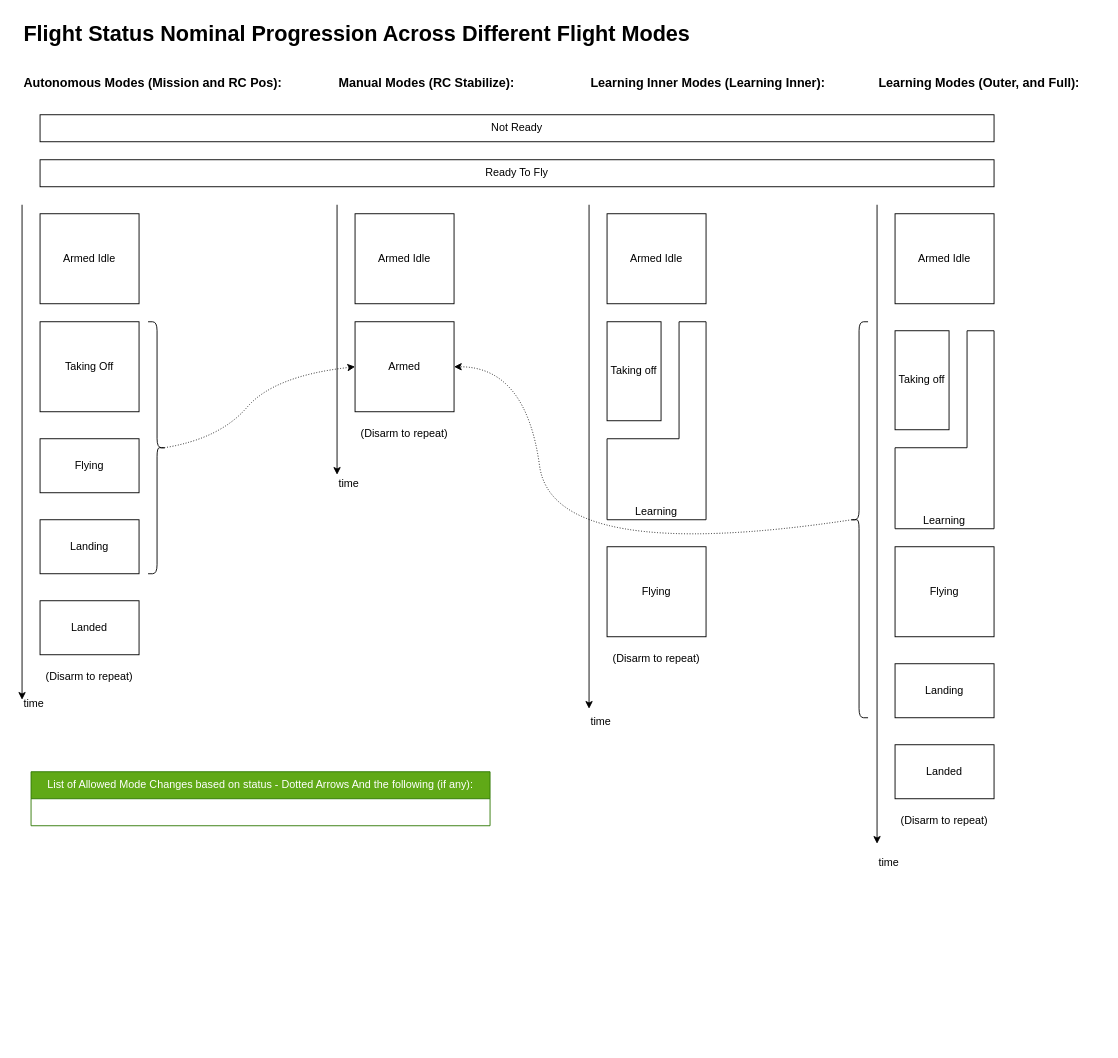
The draw.io diagram Guide/HEAR Software/Flight Modes/flight_states.drawio in DroneLeaf/HEAR_wiki, before the edit. Source tidied: cells renumbered, new cells numbered last; positions are measured from the earlier drawing's top-left corner, leaving out a move shared by most shapes. Both pictures are drawn from the tidied source at 90%, with x=0, y=0 at pixel (22, 15).
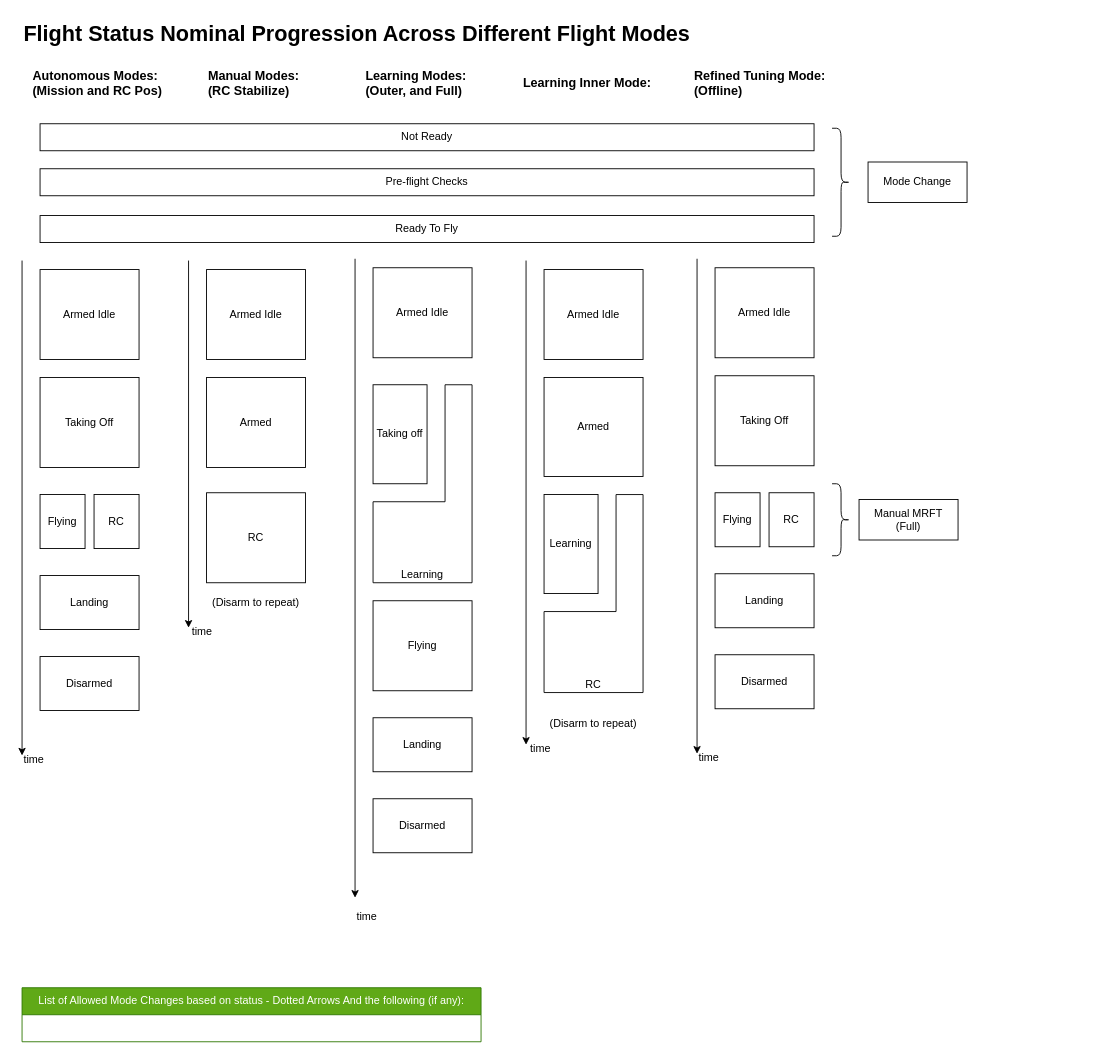
The same page after the edit.

Change to the diagram source:
```diff
@@
     <mxCell id="2" value="Armed Idle" style="rounded=0;whiteSpace=wrap;html=1;fillColor=none;" parent="1" vertex="1">
-      <mxGeometry x="20" y="220" width="110" height="100" as="geometry" />
+      <mxGeometry x="20" y="282" width="110" height="100" as="geometry" />
     </mxCell>
     <mxCell id="3" value="Taking Off" style="rounded=0;whiteSpace=wrap;html=1;fillColor=none;" parent="1" vertex="1">
-      <mxGeometry x="20" y="340" width="110" height="100" as="geometry" />
+      <mxGeometry x="20" y="402" width="110" height="100" as="geometry" />
     </mxCell>
-    <mxCell id="4" value="Autonomous Modes (Mission and RC Pos):" style="text;html=1;align=left;verticalAlign=middle;whiteSpace=wrap;rounded=0;fontStyle=1;fontSize=14;" parent="1" vertex="1">
-      <mxGeometry y="60" width="290" height="30" as="geometry" />
+    <mxCell id="4" value="Autonomous Modes:&lt;div&gt;(Mission and RC Pos)&lt;/div&gt;" style="text;html=1;align=left;verticalAlign=middle;whiteSpace=wrap;rounded=0;fontStyle=1;fontSize=14;" parent="1" vertex="1">
+      <mxGeometry x="10" y="60" width="160" height="30" as="geometry" />
     </mxCell>
     <mxCell id="5" style="endArrow=classic;html=1;rounded=0;" parent="1" edge="1">
       <mxGeometry relative="1" as="geometry">
-        <mxPoint y="210" as="sourcePoint" />
-        <mxPoint y="760" as="targetPoint" />
+        <mxPoint y="272" as="sourcePoint" />
+        <mxPoint y="822" as="targetPoint" />
       </mxGeometry>
     </mxCell>
     <mxCell id="6" value="time" style="text;html=1;align=left;verticalAlign=middle;whiteSpace=wrap;rounded=0;" parent="1" vertex="1">
-      <mxGeometry y="750" width="60" height="30" as="geometry" />
+      <mxGeometry y="812" width="60" height="30" as="geometry" />
     </mxCell>
     <mxCell id="7" value="Flying" style="rounded=0;whiteSpace=wrap;html=1;fillColor=none;" parent="1" vertex="1">
-      <mxGeometry x="20" y="470" width="110" height="60" as="geometry" />
+      <mxGeometry x="20" y="532" width="50" height="60" as="geometry" />
     </mxCell>
     <mxCell id="8" value="Landing" style="rounded=0;whiteSpace=wrap;html=1;fillColor=none;" parent="1" vertex="1">
-      <mxGeometry x="20" y="560" width="110" height="60" as="geometry" />
+      <mxGeometry x="20" y="622" width="110" height="60" as="geometry" />
     </mxCell>
-    <mxCell id="9" value="Landed" style="rounded=0;whiteSpace=wrap;html=1;fillColor=none;" parent="1" vertex="1">
-      <mxGeometry x="20" y="650" width="110" height="60" as="geometry" />
+    <mxCell id="9" value="Disarmed" style="rounded=0;whiteSpace=wrap;html=1;fillColor=none;" parent="1" vertex="1">
+      <mxGeometry x="20" y="712" width="110" height="60" as="geometry" />
     </mxCell>
-    <mxCell id="10" value="Manual Modes (RC Stabilize):" style="text;html=1;align=left;verticalAlign=middle;whiteSpace=wrap;rounded=0;fontStyle=1;fontSize=14;" parent="1" vertex="1">
-      <mxGeometry x="350" y="60" width="250" height="30" as="geometry" />
+    <mxCell id="10" value="Manual Modes:&lt;div&gt;(RC Stabilize)&lt;/div&gt;" style="text;html=1;align=left;verticalAlign=middle;whiteSpace=wrap;rounded=0;fontStyle=1;fontSize=14;" parent="1" vertex="1">
+      <mxGeometry x="205" y="60" width="160" height="30" as="geometry" />
     </mxCell>
     <mxCell id="11" style="endArrow=classic;html=1;rounded=0;" parent="1" edge="1">
       <mxGeometry relative="1" as="geometry">
-        <mxPoint x="350" y="210" as="sourcePoint" />
-        <mxPoint x="350" y="510" as="targetPoint" />
+        <mxPoint x="185" y="272" as="sourcePoint" />
+        <mxPoint x="185" y="680" as="targetPoint" />
       </mxGeometry>
     </mxCell>
     <mxCell id="12" value="time" style="text;html=1;align=left;verticalAlign=middle;whiteSpace=wrap;rounded=0;" parent="1" vertex="1">
-      <mxGeometry x="350" y="505" width="60" height="30" as="geometry" />
+      <mxGeometry x="187" y="670" width="60" height="30" as="geometry" />
     </mxCell>
     <mxCell id="13" value="Armed Idle" style="rounded=0;whiteSpace=wrap;html=1;fillColor=none;" parent="1" vertex="1">
-      <mxGeometry x="370" y="220" width="110" height="100" as="geometry" />
+      <mxGeometry x="205" y="282" width="110" height="100" as="geometry" />
     </mxCell>
-    <mxCell id="14" value="(Disarm to repeat)" style="text;html=1;align=center;verticalAlign=middle;whiteSpace=wrap;rounded=0;" parent="1" vertex="1">
-      <mxGeometry x="10" y="720" width="130" height="30" as="geometry" />
-    </mxCell>
-    <mxCell id="15" value="(Disarm to repeat)" style="text;html=1;align=center;verticalAlign=middle;whiteSpace=wrap;rounded=0;" parent="1" vertex="1">
-      <mxGeometry x="360" y="450" width="130" height="30" as="geometry" />
-    </mxCell>
-    <mxCell id="16" value="Learning Inner Modes (Learning Inner):" style="text;html=1;align=left;verticalAlign=middle;whiteSpace=wrap;rounded=0;fontStyle=1;fontSize=14;" parent="1" vertex="1">
-      <mxGeometry x="630" y="60" width="270" height="30" as="geometry" />
+    <mxCell id="16" value="Learning Inner Mode:" style="text;html=1;align=left;verticalAlign=middle;whiteSpace=wrap;rounded=0;fontStyle=1;fontSize=14;" parent="1" vertex="1">
+      <mxGeometry x="555" y="60" width="160" height="30" as="geometry" />
     </mxCell>
     <mxCell id="17" value="Armed Idle" style="rounded=0;whiteSpace=wrap;html=1;fillColor=none;" parent="1" vertex="1">
-      <mxGeometry x="650" y="220" width="110" height="100" as="geometry" />
+      <mxGeometry x="580" y="282" width="110" height="100" as="geometry" />
     </mxCell>
-    <mxCell id="18" value="Flying" style="rounded=0;whiteSpace=wrap;html=1;fillColor=none;" parent="1" vertex="1">
-      <mxGeometry x="650" y="590" width="110" height="100" as="geometry" />
-    </mxCell>
     <mxCell id="19" style="endArrow=classic;html=1;rounded=0;" parent="1" edge="1">
       <mxGeometry relative="1" as="geometry">
-        <mxPoint x="630" y="210" as="sourcePoint" />
-        <mxPoint x="630" y="770" as="targetPoint" />
+        <mxPoint x="560" y="272" as="sourcePoint" />
+        <mxPoint x="560" y="810" as="targetPoint" />
       </mxGeometry>
     </mxCell>
     <mxCell id="20" value="time" style="text;html=1;align=left;verticalAlign=middle;whiteSpace=wrap;rounded=0;" parent="1" vertex="1">
-      <mxGeometry x="630" y="770" width="60" height="30" as="geometry" />
+      <mxGeometry x="563" y="800" width="60" height="30" as="geometry" />
     </mxCell>
-    <mxCell id="21" value="(Disarm to repeat)" style="text;html=1;align=center;verticalAlign=middle;whiteSpace=wrap;rounded=0;" parent="1" vertex="1">
-      <mxGeometry x="640" y="700" width="130" height="30" as="geometry" />
-    </mxCell>
-    <mxCell id="22" value="Learning Modes (Outer, and Full):" style="text;html=1;align=left;verticalAlign=middle;whiteSpace=wrap;rounded=0;fontStyle=1;fontSize=14;" parent="1" vertex="1">
-      <mxGeometry x="950" y="60" width="250" height="30" as="geometry" />
+    <mxCell id="22" value="Learning Modes:&lt;div&gt;(Outer, and Full)&lt;/div&gt;" style="text;html=1;align=left;verticalAlign=middle;whiteSpace=wrap;rounded=0;fontStyle=1;fontSize=14;" parent="1" vertex="1">
+      <mxGeometry x="380" y="60" width="160" height="30" as="geometry" />
     </mxCell>
     <mxCell id="23" value="Armed Idle" style="rounded=0;whiteSpace=wrap;html=1;fillColor=none;" parent="1" vertex="1">
-      <mxGeometry x="970" y="220" width="110" height="100" as="geometry" />
+      <mxGeometry x="390" y="280" width="110" height="100" as="geometry" />
     </mxCell>
     <mxCell id="24" value="Flying" style="rounded=0;whiteSpace=wrap;html=1;fillColor=none;" parent="1" vertex="1">
-      <mxGeometry x="970" y="590" width="110" height="100" as="geometry" />
+      <mxGeometry x="390" y="650" width="110" height="100" as="geometry" />
     </mxCell>
     <mxCell id="25" style="endArrow=classic;html=1;rounded=0;" parent="1" edge="1">
       <mxGeometry relative="1" as="geometry">
-        <mxPoint x="950" y="210" as="sourcePoint" />
-        <mxPoint x="950" y="920" as="targetPoint" />
+        <mxPoint x="370" y="270" as="sourcePoint" />
+        <mxPoint x="370" y="980" as="targetPoint" />
       </mxGeometry>
     </mxCell>
     <mxCell id="26" value="time" style="text;html=1;align=left;verticalAlign=middle;whiteSpace=wrap;rounded=0;" parent="1" vertex="1">
-      <mxGeometry x="950" y="926" width="60" height="30" as="geometry" />
+      <mxGeometry x="370" y="986" width="60" height="30" as="geometry" />
     </mxCell>
     <mxCell id="27" value="Landing" style="rounded=0;whiteSpace=wrap;html=1;fillColor=none;" parent="1" vertex="1">
-      <mxGeometry x="970" y="720" width="110" height="60" as="geometry" />
+      <mxGeometry x="390" y="780" width="110" height="60" as="geometry" />
     </mxCell>
-    <mxCell id="28" value="Landed" style="rounded=0;whiteSpace=wrap;html=1;fillColor=none;" parent="1" vertex="1">
-      <mxGeometry x="970" y="810" width="110" height="60" as="geometry" />
+    <mxCell id="28" value="Disarmed" style="rounded=0;whiteSpace=wrap;html=1;fillColor=none;" parent="1" vertex="1">
+      <mxGeometry x="390" y="870" width="110" height="60" as="geometry" />
     </mxCell>
     <mxCell id="29" value="(Disarm to repeat)" style="text;html=1;align=center;verticalAlign=middle;whiteSpace=wrap;rounded=0;" parent="1" vertex="1">
-      <mxGeometry x="960" y="880" width="130" height="30" as="geometry" />
+      <mxGeometry x="195" y="637" width="130" height="30" as="geometry" />
     </mxCell>
@@
     <mxCell id="31" value="List of Allowed Mode Changes based on status - Dotted Arrows And the following (if any):" style="swimlane;fontStyle=0;horizontal=1;startSize=30;whiteSpace=wrap;html=1;fillColor=#60a917;fontColor=#ffffff;strokeColor=#2D7600;" parent="1" vertex="1">
-      <mxGeometry x="10" y="840" width="510" height="60" as="geometry" />
+      <mxGeometry y="1080" width="510" height="60" as="geometry" />
     </mxCell>
     <mxCell id="32" value="Not Ready" style="rounded=0;whiteSpace=wrap;html=1;fillColor=none;" parent="1" vertex="1">
-      <mxGeometry x="20" y="110" width="1060" height="30" as="geometry" />
+      <mxGeometry x="20" y="120" width="860" height="30" as="geometry" />
     </mxCell>
-    <mxCell id="33" value="Taking off" style="rounded=0;whiteSpace=wrap;html=1;fillColor=none;" parent="1" vertex="1">
-      <mxGeometry x="650" y="340" width="60" height="110" as="geometry" />
+    <mxCell id="33" value="Armed" style="rounded=0;whiteSpace=wrap;html=1;fillColor=none;" parent="1" vertex="1">
+      <mxGeometry x="580" y="402" width="110" height="110" as="geometry" />
     </mxCell>
     <mxCell id="34" value="Ready To Fly" style="rounded=0;whiteSpace=wrap;html=1;fillColor=none;" parent="1" vertex="1">
-      <mxGeometry x="20" y="160" width="1060" height="30" as="geometry" />
+      <mxGeometry x="20" y="222" width="860" height="30" as="geometry" />
     </mxCell>
-    <mxCell id="35" style="curved=1;endArrow=classic;html=1;rounded=0;exitX=0.1;exitY=0.5;exitDx=0;exitDy=0;entryX=0;entryY=0.5;entryDx=0;entryDy=0;dashed=1;dashPattern=1 2;exitPerimeter=0;" parent="1" edge="1" source="36" target="39">
-      <mxGeometry relative="1" as="geometry">
-        <Array as="points">
-          <mxPoint x="220" y="470" />
-          <mxPoint x="280" y="400" />
-        </Array>
-      </mxGeometry>
-    </mxCell>
-    <mxCell id="36" style="shape=curlyBracket;whiteSpace=wrap;html=1;rounded=1;flipH=1;labelPosition=right;verticalLabelPosition=middle;align=left;verticalAlign=middle;" parent="1" vertex="1">
-      <mxGeometry x="140" y="340" width="20" height="280" as="geometry" />
-    </mxCell>
-    <mxCell id="37" style="curved=1;endArrow=classic;html=1;rounded=0;dashed=1;dashPattern=1 2;entryX=1;entryY=0.5;entryDx=0;entryDy=0;exitX=0.1;exitY=0.5;exitDx=0;exitDy=0;exitPerimeter=0;" parent="1" edge="1" source="38" target="39">
-      <mxGeometry relative="1" as="geometry">
-        <Array as="points">
-          <mxPoint x="590" y="610" />
-          <mxPoint x="560" y="390" />
-        </Array>
-      </mxGeometry>
-    </mxCell>
-    <mxCell id="38" style="shape=curlyBracket;whiteSpace=wrap;html=1;rounded=1;labelPosition=left;verticalLabelPosition=middle;align=right;verticalAlign=middle;" parent="1" vertex="1">
-      <mxGeometry x="920" y="340" width="20" height="440" as="geometry" />
-    </mxCell>
     <mxCell id="39" value="Armed" style="rounded=0;whiteSpace=wrap;html=1;fillColor=none;" parent="1" vertex="1">
-      <mxGeometry x="370" y="340" width="110" height="100" as="geometry" />
+      <mxGeometry x="205" y="402" width="110" height="100" as="geometry" />
     </mxCell>
-    <mxCell id="40" value="Learning" style="shape=corner;whiteSpace=wrap;html=1;direction=west;dx=30;dy=90;verticalAlign=bottom;" parent="1" vertex="1">
-      <mxGeometry x="650" y="340" width="110" height="220" as="geometry" />
-    </mxCell>
     <mxCell id="41" value="Learning" style="shape=corner;whiteSpace=wrap;html=1;direction=west;dx=30;dy=90;verticalAlign=bottom;" parent="1" vertex="1">
-      <mxGeometry x="970" y="350" width="110" height="220" as="geometry" />
+      <mxGeometry x="390" y="410" width="110" height="220" as="geometry" />
     </mxCell>
     <mxCell id="42" value="Taking off" style="rounded=0;whiteSpace=wrap;html=1;fillColor=none;" parent="1" vertex="1">
-      <mxGeometry x="970" y="350" width="60" height="110" as="geometry" />
+      <mxGeometry x="390" y="410" width="60" height="110" as="geometry" />
     </mxCell>
+    <mxCell id="43" value="Pre-flight Checks" style="rounded=0;whiteSpace=wrap;html=1;fillColor=none;" parent="1" vertex="1">
+      <mxGeometry x="20" y="170" width="860" height="30" as="geometry" />
+    </mxCell>
+    <mxCell id="44" style="shape=curlyBracket;whiteSpace=wrap;html=1;rounded=1;flipH=1;labelPosition=right;verticalLabelPosition=middle;align=left;verticalAlign=middle;" parent="1" vertex="1">
+      <mxGeometry x="900" y="125" width="20" height="120" as="geometry" />
+    </mxCell>
+    <mxCell id="45" value="Mode Change" style="rounded=0;whiteSpace=wrap;html=1;fillColor=none;" parent="1" vertex="1">
+      <mxGeometry x="940" y="162.5" width="110" height="45" as="geometry" />
+    </mxCell>
+    <mxCell id="46" value="RC" style="rounded=0;whiteSpace=wrap;html=1;fillColor=none;" parent="1" vertex="1">
+      <mxGeometry x="80" y="532" width="50" height="60" as="geometry" />
+    </mxCell>
+    <mxCell id="47" value="RC" style="rounded=0;whiteSpace=wrap;html=1;fillColor=none;" parent="1" vertex="1">
+      <mxGeometry x="205" y="530" width="110" height="100" as="geometry" />
+    </mxCell>
+    <mxCell id="48" value="RC" style="shape=corner;whiteSpace=wrap;html=1;direction=west;dx=30;dy=90;verticalAlign=bottom;" parent="1" vertex="1">
+      <mxGeometry x="580" y="532" width="110" height="220" as="geometry" />
+    </mxCell>
+    <mxCell id="40" value="Learning" style="rounded=0;whiteSpace=wrap;html=1;fillColor=none;" parent="1" vertex="1">
+      <mxGeometry x="580" y="532" width="60" height="110" as="geometry" />
+    </mxCell>
+    <mxCell id="49" value="(Disarm to repeat)" style="text;html=1;align=center;verticalAlign=middle;whiteSpace=wrap;rounded=0;" parent="1" vertex="1">
+      <mxGeometry x="570" y="772" width="130" height="30" as="geometry" />
+    </mxCell>
+    <mxCell id="50" value="Armed Idle" style="rounded=0;whiteSpace=wrap;html=1;fillColor=none;" parent="1" vertex="1">
+      <mxGeometry x="770" y="280" width="110" height="100" as="geometry" />
+    </mxCell>
+    <mxCell id="51" value="Taking Off" style="rounded=0;whiteSpace=wrap;html=1;fillColor=none;" parent="1" vertex="1">
+      <mxGeometry x="770" y="400" width="110" height="100" as="geometry" />
+    </mxCell>
+    <mxCell id="52" style="endArrow=classic;html=1;rounded=0;" parent="1" edge="1">
+      <mxGeometry relative="1" as="geometry">
+        <mxPoint x="750" y="270" as="sourcePoint" />
+        <mxPoint x="750" y="820" as="targetPoint" />
+      </mxGeometry>
+    </mxCell>
+    <mxCell id="53" value="time" style="text;html=1;align=left;verticalAlign=middle;whiteSpace=wrap;rounded=0;" parent="1" vertex="1">
+      <mxGeometry x="750" y="810" width="60" height="30" as="geometry" />
+    </mxCell>
+    <mxCell id="18" value="Flying" style="rounded=0;whiteSpace=wrap;html=1;fillColor=none;" parent="1" vertex="1">
+      <mxGeometry x="770" y="530" width="50" height="60" as="geometry" />
+    </mxCell>
+    <mxCell id="54" value="Landing" style="rounded=0;whiteSpace=wrap;html=1;fillColor=none;" parent="1" vertex="1">
+      <mxGeometry x="770" y="620" width="110" height="60" as="geometry" />
+    </mxCell>
+    <mxCell id="55" value="Disarmed" style="rounded=0;whiteSpace=wrap;html=1;fillColor=none;" parent="1" vertex="1">
+      <mxGeometry x="770" y="710" width="110" height="60" as="geometry" />
+    </mxCell>
+    <mxCell id="56" value="RC" style="rounded=0;whiteSpace=wrap;html=1;fillColor=none;" parent="1" vertex="1">
+      <mxGeometry x="830" y="530" width="50" height="60" as="geometry" />
+    </mxCell>
+    <mxCell id="57" value="Refined Tuning Mode:&lt;div&gt;(Offline)&lt;/div&gt;" style="text;html=1;align=left;verticalAlign=middle;whiteSpace=wrap;rounded=0;fontStyle=1;fontSize=14;" parent="1" vertex="1">
+      <mxGeometry x="745" y="60" width="160" height="30" as="geometry" />
+    </mxCell>
+    <mxCell id="58" value="Manual MRFT&lt;div&gt;(Full)&lt;/div&gt;" style="rounded=0;whiteSpace=wrap;html=1;fillColor=none;" parent="1" vertex="1">
+      <mxGeometry x="930" y="537.5" width="110" height="45" as="geometry" />
+    </mxCell>
+    <mxCell id="59" style="shape=curlyBracket;whiteSpace=wrap;html=1;rounded=1;flipH=1;labelPosition=right;verticalLabelPosition=middle;align=left;verticalAlign=middle;" parent="1" vertex="1">
+      <mxGeometry x="900" y="520" width="20" height="80" as="geometry" />
+    </mxCell>
```
